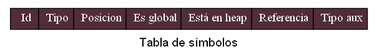
The Graphviz diagram TablaSimbolos.png in LuisaMariaO/OLC2P1-Luisa-Ortiz-Marjorie-Reyes, before a commit. Its source is kept beside it as TablaSimbolos.dot.
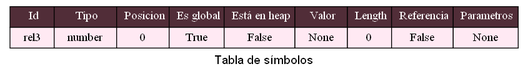
The same diagram one commit later.

What changed in the source:
```diff
@@ -10,9 +10,22 @@
             <td bgcolor="#512D38"> <font color="white">Posicion</font></td>
             <td bgcolor="#512D38"> <font color="white">Es global</font></td>
             <td bgcolor="#512D38"> <font color="white">Está en heap</font></td>
+            <td bgcolor="#512D38"> <font color="white">Valor</font></td>
+            <td bgcolor="#512D38"> <font color="white">Length</font></td>
             <td bgcolor="#512D38"> <font color="white">Referencia</font></td>
-            <td bgcolor="#512D38"> <font color="white">Tipo aux</font></td>
+            <td bgcolor="#512D38"> <font color="white">Parametros</font></td>
             </tr>
+<tr>
+<td bgcolor="#FFE9F3">   rel3   </td>
+<td bgcolor="#FFE9F3">   number   </td>
+<td bgcolor="#FFE9F3">   0   </td>
+<td bgcolor="#FFE9F3">   True   </td>
+<td bgcolor="#FFE9F3">   False   </td>
+<td bgcolor="#FFE9F3">   None   </td>
+<td bgcolor="#FFE9F3">   0   </td>
+<td bgcolor="#FFE9F3">   False   </td>
+<td bgcolor="#FFE9F3">   None   </td>
+</tr>
 </table>
     >]
     }
```
